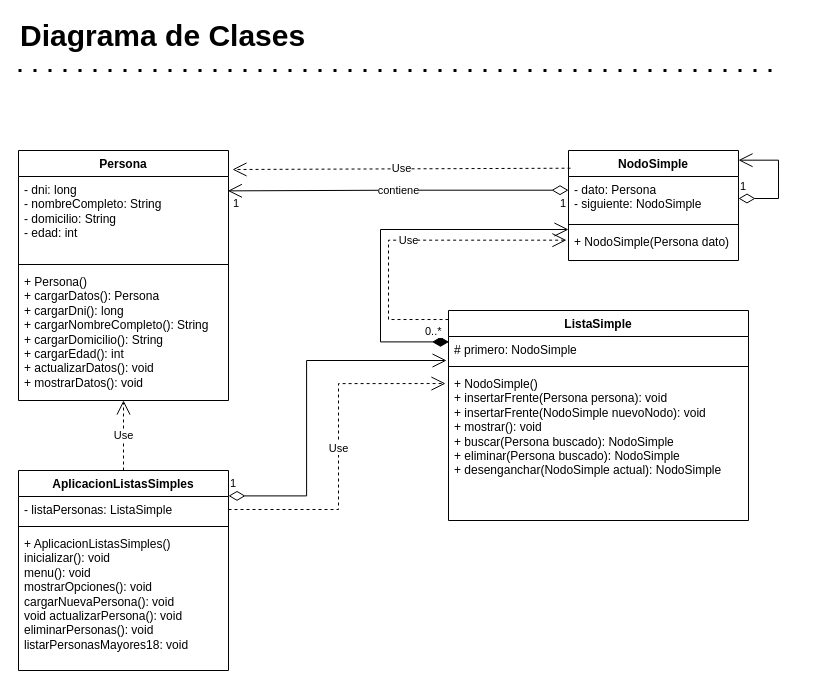
The draw.io diagram Listas Simples Enlazadas.drawio in char-lyy/Lista-Simple-Enlazada, before the edit. Source tidied: cells renumbered, new cells numbered last; positions are measured from the earlier drawing's top-left corner, leaving out a move shared by most shapes. Both pictures are drawn from the tidied source at 100%, with x=0, y=0 at pixel (18, 20).
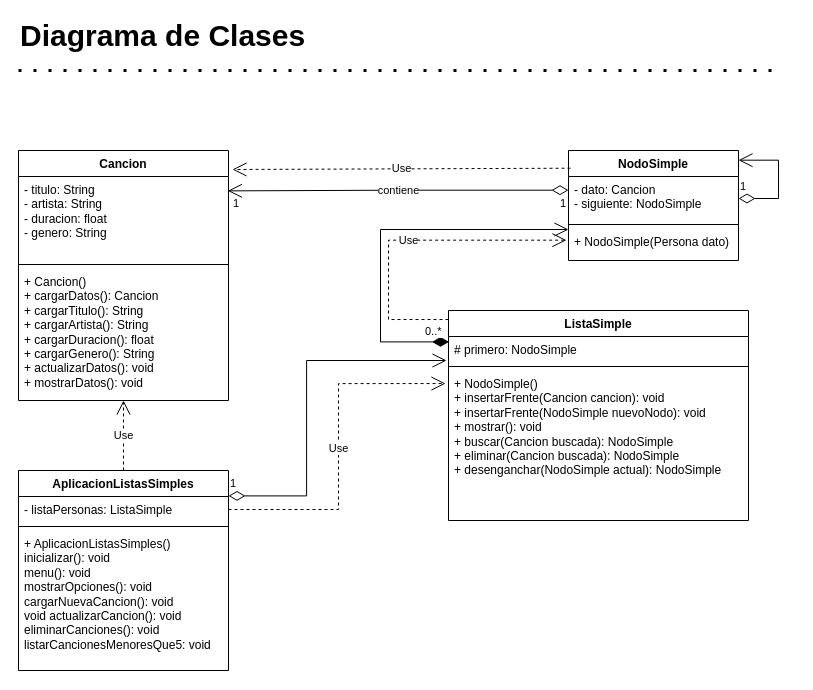
After the change.

Commit message:
Diagrama de clases modificado

Unchanged cells that the change refers to:
```xml
<mxCell id="8" value="NodoSimple" style="swimlane;fontStyle=1;align=center;verticalAlign=top;horizontal=1;startSize=26;whiteSpace=wrap;html=1;" parent="1" vertex="1">
  <mxGeometry x="550" y="130" width="170" height="110" as="geometry" />
</mxCell>
<mxCell id="13" value="ListaSimple" style="swimlane;fontStyle=1;align=center;verticalAlign=top;horizontal=1;startSize=26;whiteSpace=wrap;html=1;" parent="1" vertex="1">
  <mxGeometry x="430" y="290" width="300" height="210" as="geometry" />
</mxCell>
<mxCell id="17" value="AplicacionListasSimples" style="swimlane;fontStyle=1;align=center;verticalAlign=top;horizontal=1;startSize=26;whiteSpace=wrap;html=1;" parent="1" vertex="1">
  <mxGeometry y="450" width="210" height="200" as="geometry" />
</mxCell>
```

The edit, as a diff of the source:
```diff
@@
-    <mxCell id="2" value="Persona" style="swimlane;fontStyle=1;align=center;verticalAlign=top;horizontal=1;startSize=26;whiteSpace=wrap;html=1;" parent="1" vertex="1">
+    <mxCell id="2" value="Cancion" style="swimlane;fontStyle=1;align=center;verticalAlign=top;horizontal=1;startSize=26;whiteSpace=wrap;html=1;" parent="1" vertex="1">
       <mxGeometry y="130" width="210" height="250" as="geometry" />
     </mxCell>
-    <mxCell id="3" value="- dni: long&lt;br&gt;- nombreCompleto: String&lt;br&gt;- domicilio: String&lt;br&gt;- edad: int" style="text;strokeColor=none;fillColor=none;align=left;verticalAlign=top;spacingLeft=4;spacingRight=4;overflow=hidden;points=[[0,0.5],[1,0.5]];portConstraint=eastwest;whiteSpace=wrap;html=1;" parent="2" vertex="1">
+    <mxCell id="3" value="- titulo: String&lt;br&gt;- artista: String&lt;br&gt;- duracion: float&lt;br&gt;- genero: String" style="text;strokeColor=none;fillColor=none;align=left;verticalAlign=top;spacingLeft=4;spacingRight=4;overflow=hidden;points=[[0,0.5],[1,0.5]];portConstraint=eastwest;whiteSpace=wrap;html=1;" parent="2" vertex="1">
       <mxGeometry y="26" width="210" height="84" as="geometry" />
     </mxCell>
@@
-    <mxCell id="5" value="+ Persona()&lt;br&gt;+ cargarDatos(): Persona&lt;br&gt;+ cargarDni(): long&lt;br&gt;+ cargarNombreCompleto(): String&lt;br&gt;+ cargarDomicilio(): String&lt;br&gt;+ cargarEdad(): int&lt;br&gt;+ actualizarDatos(): void&lt;div&gt;+ mostrarDatos(): void&lt;/div&gt;" style="text;strokeColor=none;fillColor=none;align=left;verticalAlign=top;spacingLeft=4;spacingRight=4;overflow=hidden;points=[[0,0.5],[1,0.5]];portConstraint=eastwest;whiteSpace=wrap;html=1;" parent="2" vertex="1">
+    <mxCell id="5" value="+ Cancion()&lt;br&gt;+ cargarDatos(): Cancion&lt;br&gt;+ cargarTitulo(): String&lt;br&gt;+ cargarArtista(): String&lt;br&gt;+ cargarDuracion(): float&lt;br&gt;+ cargarGenero(): String&lt;br&gt;+ actualizarDatos(): void&lt;div&gt;+ mostrarDatos(): void&lt;/div&gt;" style="text;strokeColor=none;fillColor=none;align=left;verticalAlign=top;spacingLeft=4;spacingRight=4;overflow=hidden;points=[[0,0.5],[1,0.5]];portConstraint=eastwest;whiteSpace=wrap;html=1;" parent="2" vertex="1">
       <mxGeometry y="118" width="210" height="132" as="geometry" />
     </mxCell>
@@
-    <mxCell id="9" value="- dato: Persona&lt;br&gt;- siguiente: NodoSimple" style="text;strokeColor=none;fillColor=none;align=left;verticalAlign=top;spacingLeft=4;spacingRight=4;overflow=hidden;points=[[0,0.5],[1,0.5]];portConstraint=eastwest;whiteSpace=wrap;html=1;" parent="8" vertex="1">
+    <mxCell id="9" value="- dato: Cancion&lt;br&gt;- siguiente: NodoSimple" style="text;strokeColor=none;fillColor=none;align=left;verticalAlign=top;spacingLeft=4;spacingRight=4;overflow=hidden;points=[[0,0.5],[1,0.5]];portConstraint=eastwest;whiteSpace=wrap;html=1;" parent="8" vertex="1">
       <mxGeometry y="26" width="170" height="44" as="geometry" />
     </mxCell>
@@
-    <mxCell id="16" value="+ NodoSimple()&lt;br&gt;+ insertarFrente(Persona persona): void&lt;br&gt;+ insertarFrente(NodoSimple nuevoNodo): void&lt;br&gt;+ mostrar(): void&lt;br&gt;+ buscar(Persona buscado): NodoSimple&lt;br&gt;+ eliminar(Persona buscado): NodoSimple&lt;div&gt;+ desenganchar(NodoSimple actual): NodoSimple&lt;/div&gt;" style="text;strokeColor=none;fillColor=none;align=left;verticalAlign=top;spacingLeft=4;spacingRight=4;overflow=hidden;points=[[0,0.5],[1,0.5]];portConstraint=eastwest;whiteSpace=wrap;html=1;" parent="13" vertex="1">
+    <mxCell id="16" value="+ NodoSimple()&lt;br&gt;+ insertarFrente(Cancion cancion): void&lt;br&gt;+ insertarFrente(NodoSimple nuevoNodo): void&lt;br&gt;+ mostrar(): void&lt;br&gt;+ buscar(Cancion buscada): NodoSimple&lt;br&gt;+ eliminar(Cancion buscada): NodoSimple&lt;div&gt;+ desenganchar(NodoSimple actual): NodoSimple&lt;/div&gt;" style="text;strokeColor=none;fillColor=none;align=left;verticalAlign=top;spacingLeft=4;spacingRight=4;overflow=hidden;points=[[0,0.5],[1,0.5]];portConstraint=eastwest;whiteSpace=wrap;html=1;" parent="13" vertex="1">
       <mxGeometry y="60" width="300" height="150" as="geometry" />
     </mxCell>
@@
-    <mxCell id="20" value="+ AplicacionListasSimples()&lt;br&gt;inicializar(): void&lt;br&gt;menu(): void&lt;br&gt;mostrarOpciones(): void&lt;br&gt;cargarNuevaPersona(): void&lt;br&gt;void actualizarPersona(): void&lt;div&gt;eliminarPersonas(): void&lt;/div&gt;&lt;div&gt;listarPersonasMayores18: void&lt;/div&gt;" style="text;strokeColor=none;fillColor=none;align=left;verticalAlign=top;spacingLeft=4;spacingRight=4;overflow=hidden;whiteSpace=wrap;html=1;" parent="17" vertex="1">
+    <mxCell id="20" value="+ AplicacionListasSimples()&lt;br&gt;inicializar(): void&lt;br&gt;menu(): void&lt;br&gt;mostrarOpciones(): void&lt;br&gt;cargarNuevaCancion(): void&lt;br&gt;void actualizarCancion(): void&lt;div&gt;eliminarCanciones(): void&lt;/div&gt;&lt;div&gt;listarCancionesMenoresQue5: void&lt;/div&gt;" style="text;strokeColor=none;fillColor=none;align=left;verticalAlign=top;spacingLeft=4;spacingRight=4;overflow=hidden;whiteSpace=wrap;html=1;" parent="17" vertex="1">
       <mxGeometry y="60" width="210" height="140" as="geometry" />
     </mxCell>
```
